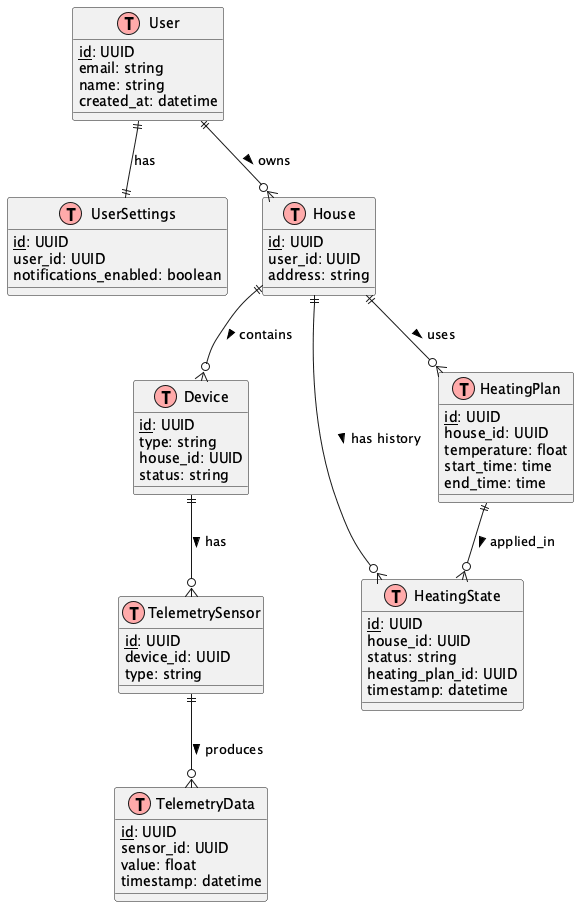
Before: docs/diagrams/Warmhouse_ER.png, a diagram exported from PlantUML (vladislavego/architecture-warmhouse).
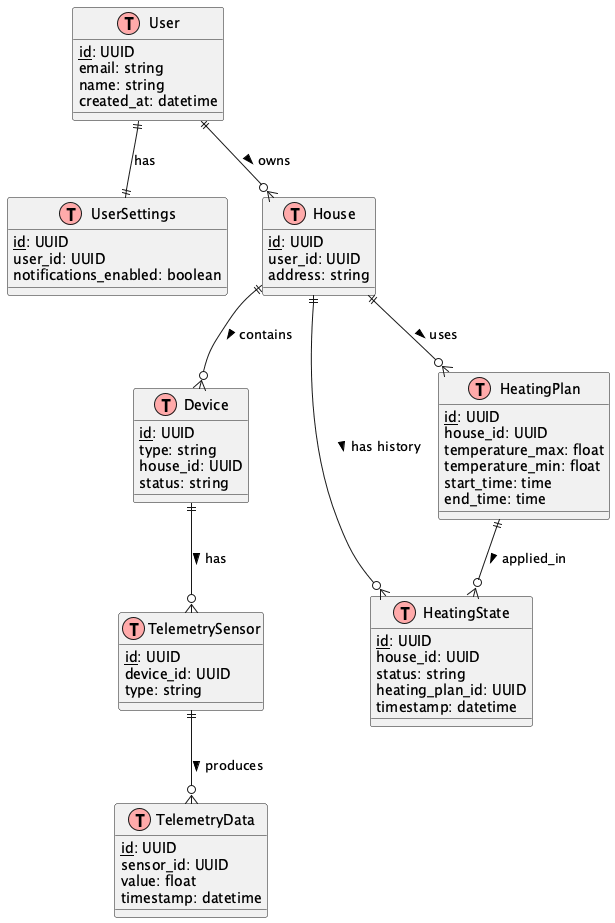
The same file after the commit.

Diff of the diagram source:
```diff
@@ -60,7 +60,8 @@
 table(HeatingPlan) {
   primary_key(id): UUID
   house_id: UUID
-  temperature: float
+  temperature_max: float
+  temperature_min: float
   start_time: time
   end_time: time
 }
```
